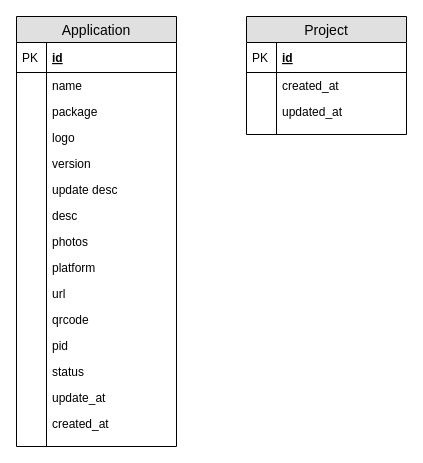
wurh/myDesignDoc keeps this draw.io diagram as 出行项目/werideapp_sql.drawio. Above is the earlier version. Source tidied: cells renumbered, new cells numbered last; positions are measured from the earlier drawing's top-left corner, leaving out a move shared by most shapes. Both pictures are drawn from the tidied source at 100%, with x=0, y=0 at pixel (16, 16).
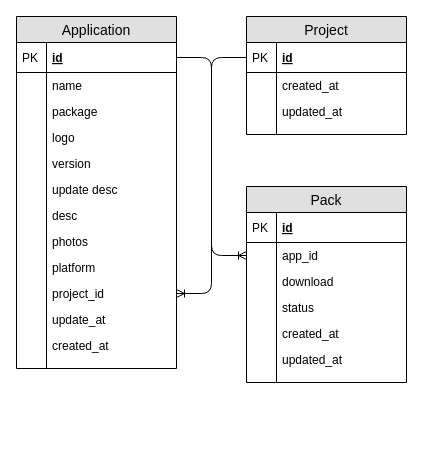
The same diagram, later.

The change refers to these unchanged cells:
```xml
<mxCell id="3" value="id" style="shape=partialRectangle;top=0;left=0;right=0;bottom=1;align=left;verticalAlign=middle;fillColor=none;spacingLeft=34;spacingRight=4;overflow=hidden;points=[[0,0.5],[1,0.5]];portConstraint=eastwest;fontStyle=5;fontSize=12;" parent="2" vertex="1">
  <mxGeometry y="26" width="160" height="30" as="geometry" />
</mxCell>
<mxCell id="36" value="id" style="shape=partialRectangle;top=0;left=0;right=0;bottom=1;align=left;verticalAlign=middle;fillColor=none;spacingLeft=34;spacingRight=4;overflow=hidden;points=[[0,0.5],[1,0.5]];portConstraint=eastwest;fontStyle=5;fontSize=12;" parent="35" vertex="1">
  <mxGeometry y="26" width="160" height="30" as="geometry" />
</mxCell>
```

What changed in the source:
```diff
@@
     <mxCell id="2" value="Application" style="swimlane;fontStyle=0;horizontal=1;startSize=26;fillColor=#e0e0e0;swimlaneFillColor=#ffffff;align=center;fontSize=14;" parent="1" vertex="1">
-      <mxGeometry width="160" height="430" as="geometry" />
+      <mxGeometry width="160" height="352" as="geometry" />
     </mxCell>
@@
-    <mxCell id="21" value="url&#10;" style="shape=partialRectangle;top=0;left=0;right=0;bottom=0;align=left;verticalAlign=top;fillColor=none;spacingLeft=34;spacingRight=4;overflow=hidden;fontSize=12;" parent="2" vertex="1">
-      <mxGeometry y="264" width="160" height="26" as="geometry" />
-    </mxCell>
-    <mxCell id="22" style="shape=partialRectangle;top=0;left=0;bottom=0;fillColor=none;align=left;verticalAlign=top;spacingLeft=4;spacingRight=4;overflow=hidden;fontSize=12;" parent="21" vertex="1">
-      <mxGeometry width="30" height="26" as="geometry" />
-    </mxCell>
-    <mxCell id="23" value="qrcode" style="shape=partialRectangle;top=0;left=0;right=0;bottom=0;align=left;verticalAlign=top;fillColor=none;spacingLeft=34;spacingRight=4;overflow=hidden;fontSize=12;" parent="2" vertex="1">
-      <mxGeometry y="290" width="160" height="26" as="geometry" />
-    </mxCell>
-    <mxCell id="24" style="shape=partialRectangle;top=0;left=0;bottom=0;fillColor=none;align=left;verticalAlign=top;spacingLeft=4;spacingRight=4;overflow=hidden;fontSize=12;" parent="23" vertex="1">
-      <mxGeometry width="30" height="26" as="geometry" />
-    </mxCell>
-    <mxCell id="25" value="pid" style="shape=partialRectangle;top=0;left=0;right=0;bottom=0;align=left;verticalAlign=top;fillColor=none;spacingLeft=34;spacingRight=4;overflow=hidden;points=[[0,0.5],[1,0.5]];portConstraint=eastwest;fontSize=12;" parent="2" vertex="1">
-      <mxGeometry y="316" width="160" height="26" as="geometry" />
+    <mxCell id="25" value="project_id" style="shape=partialRectangle;top=0;left=0;right=0;bottom=0;align=left;verticalAlign=top;fillColor=none;spacingLeft=34;spacingRight=4;overflow=hidden;points=[[0,0.5],[1,0.5]];portConstraint=eastwest;fontSize=12;" parent="2" vertex="1">
+      <mxGeometry y="264" width="160" height="26" as="geometry" />
     </mxCell>
@@
-    <mxCell id="27" value="status&#10;" style="shape=partialRectangle;top=0;left=0;right=0;bottom=0;align=left;verticalAlign=top;fillColor=none;spacingLeft=34;spacingRight=4;overflow=hidden;fontSize=12;" parent="2" vertex="1">
-      <mxGeometry y="342" width="160" height="26" as="geometry" />
-    </mxCell>
-    <mxCell id="28" style="shape=partialRectangle;top=0;left=0;bottom=0;fillColor=none;align=left;verticalAlign=top;spacingLeft=4;spacingRight=4;overflow=hidden;fontSize=12;" parent="27" vertex="1">
-      <mxGeometry width="30" height="26" as="geometry" />
-    </mxCell>
     <mxCell id="29" value="update_at&#10;" style="shape=partialRectangle;top=0;left=0;right=0;bottom=0;align=left;verticalAlign=top;fillColor=none;spacingLeft=34;spacingRight=4;overflow=hidden;fontSize=12;" parent="2" vertex="1">
-      <mxGeometry y="368" width="160" height="26" as="geometry" />
+      <mxGeometry y="290" width="160" height="26" as="geometry" />
     </mxCell>
@@
     <mxCell id="31" value="created_at&#10;" style="shape=partialRectangle;top=0;left=0;right=0;bottom=0;align=left;verticalAlign=top;fillColor=none;spacingLeft=34;spacingRight=4;overflow=hidden;fontSize=12;" parent="2" vertex="1">
-      <mxGeometry y="394" width="160" height="26" as="geometry" />
+      <mxGeometry y="316" width="160" height="26" as="geometry" />
     </mxCell>
@@
     <mxCell id="33" style="shape=partialRectangle;top=0;left=0;right=0;bottom=0;align=left;verticalAlign=top;fillColor=none;spacingLeft=34;spacingRight=4;overflow=hidden;fontSize=12;" parent="2" vertex="1">
-      <mxGeometry y="420" width="160" height="10" as="geometry" />
+      <mxGeometry y="342" width="160" height="10" as="geometry" />
     </mxCell>
@@
+    <mxCell id="44" value="Pack" style="swimlane;fontStyle=0;horizontal=1;startSize=26;fillColor=#e0e0e0;swimlaneFillColor=#ffffff;align=center;fontSize=14;" parent="1" vertex="1">
+      <mxGeometry x="230" y="170" width="160" height="196" as="geometry" />
+    </mxCell>
+    <mxCell id="45" value="id" style="shape=partialRectangle;top=0;left=0;right=0;bottom=1;align=left;verticalAlign=middle;fillColor=none;spacingLeft=34;spacingRight=4;overflow=hidden;fontStyle=5;fontSize=12;" parent="44" vertex="1">
+      <mxGeometry y="26" width="160" height="30" as="geometry" />
+    </mxCell>
+    <mxCell id="46" value="PK" style="shape=partialRectangle;top=0;left=0;bottom=0;fillColor=none;align=left;verticalAlign=middle;spacingLeft=4;spacingRight=4;overflow=hidden;fontSize=12;" parent="45" vertex="1">
+      <mxGeometry width="30" height="30" as="geometry" />
+    </mxCell>
+    <mxCell id="47" value="app_id" style="shape=partialRectangle;top=0;left=0;right=0;bottom=0;align=left;verticalAlign=top;fillColor=none;spacingLeft=34;spacingRight=4;overflow=hidden;points=[[0,0.5],[1,0.5]];portConstraint=eastwest;fontSize=12;" parent="44" vertex="1">
+      <mxGeometry y="56" width="160" height="26" as="geometry" />
+    </mxCell>
+    <mxCell id="48" style="shape=partialRectangle;top=0;left=0;bottom=0;fillColor=none;align=left;verticalAlign=top;spacingLeft=4;spacingRight=4;overflow=hidden;fontSize=12;" parent="47" vertex="1">
+      <mxGeometry width="30" height="26" as="geometry" />
+    </mxCell>
+    <mxCell id="49" value="download" style="shape=partialRectangle;top=0;left=0;right=0;bottom=0;align=left;verticalAlign=top;fillColor=none;spacingLeft=34;spacingRight=4;overflow=hidden;fontSize=12;" parent="44" vertex="1">
+      <mxGeometry y="82" width="160" height="26" as="geometry" />
+    </mxCell>
+    <mxCell id="50" style="shape=partialRectangle;top=0;left=0;bottom=0;fillColor=none;align=left;verticalAlign=top;spacingLeft=4;spacingRight=4;overflow=hidden;fontSize=12;" parent="49" vertex="1">
+      <mxGeometry width="30" height="26" as="geometry" />
+    </mxCell>
+    <mxCell id="27" value="status&#10;" style="shape=partialRectangle;top=0;left=0;right=0;bottom=0;align=left;verticalAlign=top;fillColor=none;spacingLeft=34;spacingRight=4;overflow=hidden;fontSize=12;" parent="44" vertex="1">
+      <mxGeometry y="108" width="160" height="26" as="geometry" />
+    </mxCell>
+    <mxCell id="28" style="shape=partialRectangle;top=0;left=0;bottom=0;fillColor=none;align=left;verticalAlign=top;spacingLeft=4;spacingRight=4;overflow=hidden;fontSize=12;" parent="27" vertex="1">
+      <mxGeometry width="30" height="26" as="geometry" />
+    </mxCell>
+    <mxCell id="51" value="created_at" style="shape=partialRectangle;top=0;left=0;right=0;bottom=0;align=left;verticalAlign=top;fillColor=none;spacingLeft=34;spacingRight=4;overflow=hidden;fontSize=12;" parent="44" vertex="1">
+      <mxGeometry y="134" width="160" height="26" as="geometry" />
+    </mxCell>
+    <mxCell id="52" style="shape=partialRectangle;top=0;left=0;bottom=0;fillColor=none;align=left;verticalAlign=top;spacingLeft=4;spacingRight=4;overflow=hidden;fontSize=12;" parent="51" vertex="1">
+      <mxGeometry width="30" height="26" as="geometry" />
+    </mxCell>
+    <mxCell id="53" value="updated_at" style="shape=partialRectangle;top=0;left=0;right=0;bottom=0;align=left;verticalAlign=top;fillColor=none;spacingLeft=34;spacingRight=4;overflow=hidden;fontSize=12;" parent="44" vertex="1">
+      <mxGeometry y="160" width="160" height="26" as="geometry" />
+    </mxCell>
+    <mxCell id="54" style="shape=partialRectangle;top=0;left=0;bottom=0;fillColor=none;align=left;verticalAlign=top;spacingLeft=4;spacingRight=4;overflow=hidden;fontSize=12;" parent="53" vertex="1">
+      <mxGeometry width="30" height="26" as="geometry" />
+    </mxCell>
+    <mxCell id="55" style="shape=partialRectangle;top=0;left=0;right=0;bottom=0;align=left;verticalAlign=top;fillColor=none;spacingLeft=34;spacingRight=4;overflow=hidden;fontSize=12;" parent="44" vertex="1">
+      <mxGeometry y="186" width="160" height="10" as="geometry" />
+    </mxCell>
+    <mxCell id="56" style="shape=partialRectangle;top=0;left=0;bottom=0;fillColor=none;align=left;verticalAlign=top;spacingLeft=4;spacingRight=4;overflow=hidden;fontSize=12;" parent="55" vertex="1">
+      <mxGeometry width="30" height="10" as="geometry" />
+    </mxCell>
+    <mxCell id="57" style="edgeStyle=elbowEdgeStyle;fontSize=12;html=1;endArrow=ERoneToMany;entryX=1;entryY=0.5;entryDx=0;entryDy=0;exitX=0;exitY=0.5;exitDx=0;exitDy=0;" parent="1" edge="1" source="36" target="25">
+      <mxGeometry relative="1" as="geometry" />
+    </mxCell>
+    <mxCell id="58" style="edgeStyle=elbowEdgeStyle;fontSize=12;html=1;endArrow=ERoneToMany;exitX=1;exitY=0.5;exitDx=0;exitDy=0;entryX=0;entryY=0.5;entryDx=0;entryDy=0;" parent="1" edge="1" source="3" target="47">
+      <mxGeometry relative="1" as="geometry" />
+    </mxCell>
```
